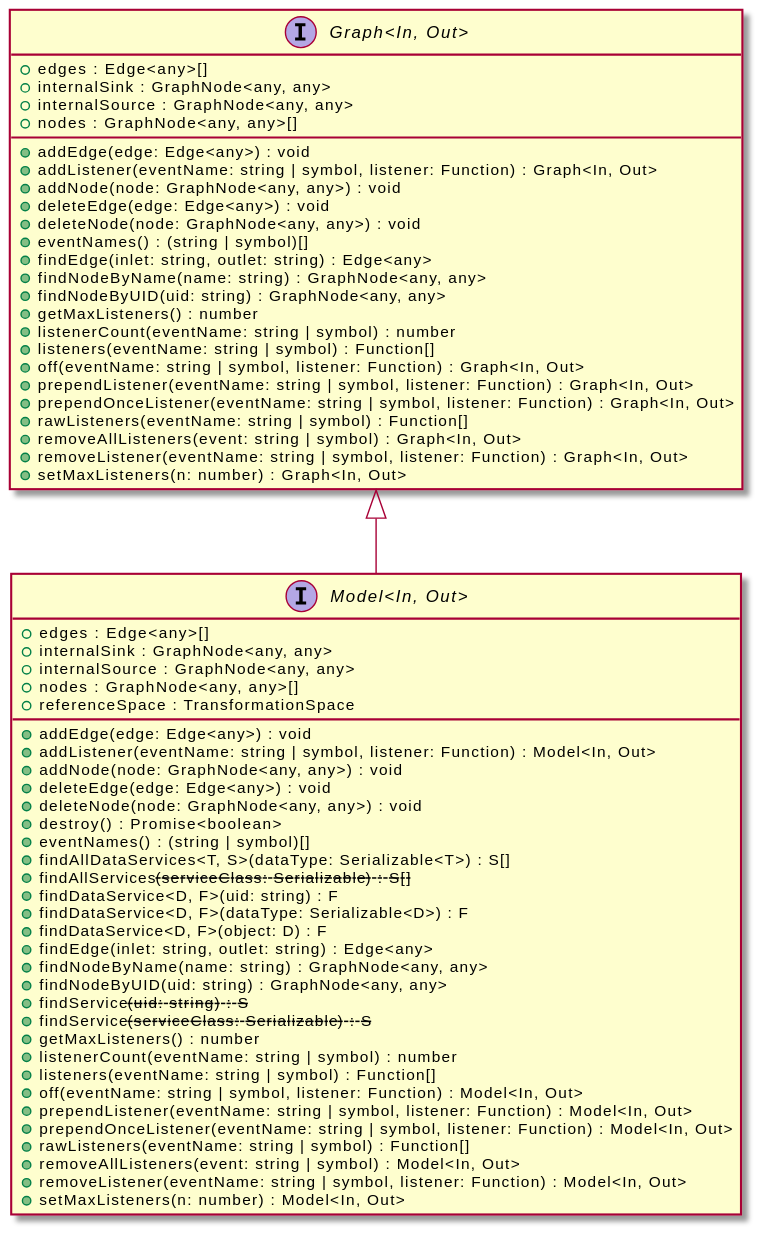
This is assets/Model-umlClassDiagram-427.svg from OpenHPS/openhps-core, a PlantUML export, as it was before one commit. The source it was exported from:
```plantuml
@startuml
skinparam BackgroundColor transparent
hide empty methods
hide empty fields
interface "Model<In, Out>" {
    +edges : Edge<any>[]
    +internalSink : GraphNode<any, any>
    +internalSource : GraphNode<any, any>
    +nodes : GraphNode<any, any>[]
    +referenceSpace : TransformationSpace
    +addEdge(edge: Edge<any>) : void
    +addListener(eventName: string | symbol, listener: Function) : Model<In, Out>
    +addNode(node: GraphNode<any, any>) : void
    +deleteEdge(edge: Edge<any>) : void
    +deleteNode(node: GraphNode<any, any>) : void
    +destroy() : Promise<boolean>
    +eventNames() : (string | symbol)[]
    +findAllDataServices<T, S>(dataType: Serializable<T>) : S[]
    +findAllServices<S>(serviceClass: Serializable<S>) : S[]
    +findDataService<D, F>(uid: string) : F
    +findDataService<D, F>(dataType: Serializable<D>) : F
    +findDataService<D, F>(object: D) : F
    +findEdge(inlet: string, outlet: string) : Edge<any>
    +findNodeByName(name: string) : GraphNode<any, any>
    +findNodeByUID(uid: string) : GraphNode<any, any>
    +findService<S>(uid: string) : S
    +findService<S>(serviceClass: Serializable<S>) : S
    +getMaxListeners() : number
    +listenerCount(eventName: string | symbol) : number
    +listeners(eventName: string | symbol) : Function[]
    +off(eventName: string | symbol, listener: Function) : Model<In, Out>
    +prependListener(eventName: string | symbol, listener: Function) : Model<In, Out>
    +prependOnceListener(eventName: string | symbol, listener: Function) : Model<In, Out>
    +rawListeners(eventName: string | symbol) : Function[]
    +removeAllListeners(event: string | symbol) : Model<In, Out>
    +removeListener(eventName: string | symbol, listener: Function) : Model<In, Out>
    +setMaxListeners(n: number) : Model<In, Out>
}
interface "Graph<In, Out>" {
    +edges : Edge<any>[]
    +internalSink : GraphNode<any, any>
    +internalSource : GraphNode<any, any>
    +nodes : GraphNode<any, any>[]
    +addEdge(edge: Edge<any>) : void
    +addListener(eventName: string | symbol, listener: Function) : Graph<In, Out>
    +addNode(node: GraphNode<any, any>) : void
    +deleteEdge(edge: Edge<any>) : void
    +deleteNode(node: GraphNode<any, any>) : void
    +eventNames() : (string | symbol)[]
    +findEdge(inlet: string, outlet: string) : Edge<any>
    +findNodeByName(name: string) : GraphNode<any, any>
    +findNodeByUID(uid: string) : GraphNode<any, any>
    +getMaxListeners() : number
    +listenerCount(eventName: string | symbol) : number
    +listeners(eventName: string | symbol) : Function[]
    +off(eventName: string | symbol, listener: Function) : Graph<In, Out>
    +prependListener(eventName: string | symbol, listener: Function) : Graph<In, Out>
    +prependOnceListener(eventName: string | symbol, listener: Function) : Graph<In, Out>
    +rawListeners(eventName: string | symbol) : Function[]
    +removeAllListeners(event: string | symbol) : Graph<In, Out>
    +removeListener(eventName: string | symbol, listener: Function) : Graph<In, Out>
    +setMaxListeners(n: number) : Graph<In, Out>
}
"Graph<In, Out>" <|-- "Model<In, Out>"
@enduml
```
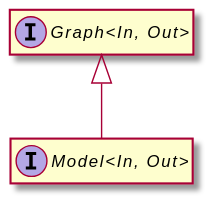
After the change.

Diff of the diagram source:
```diff
@@ -3,63 +3,8 @@
 hide empty methods
 hide empty fields
 interface "Model<In, Out>" {
-    +edges : Edge<any>[]
-    +internalSink : GraphNode<any, any>
-    +internalSource : GraphNode<any, any>
-    +nodes : GraphNode<any, any>[]
-    +referenceSpace : TransformationSpace
-    +addEdge(edge: Edge<any>) : void
-    +addListener(eventName: string | symbol, listener: Function) : Model<In, Out>
-    +addNode(node: GraphNode<any, any>) : void
-    +deleteEdge(edge: Edge<any>) : void
-    +deleteNode(node: GraphNode<any, any>) : void
-    +destroy() : Promise<boolean>
-    +eventNames() : (string | symbol)[]
-    +findAllDataServices<T, S>(dataType: Serializable<T>) : S[]
-    +findAllServices<S>(serviceClass: Serializable<S>) : S[]
-    +findDataService<D, F>(uid: string) : F
-    +findDataService<D, F>(dataType: Serializable<D>) : F
-    +findDataService<D, F>(object: D) : F
-    +findEdge(inlet: string, outlet: string) : Edge<any>
-    +findNodeByName(name: string) : GraphNode<any, any>
-    +findNodeByUID(uid: string) : GraphNode<any, any>
-    +findService<S>(uid: string) : S
-    +findService<S>(serviceClass: Serializable<S>) : S
-    +getMaxListeners() : number
-    +listenerCount(eventName: string | symbol) : number
-    +listeners(eventName: string | symbol) : Function[]
-    +off(eventName: string | symbol, listener: Function) : Model<In, Out>
-    +prependListener(eventName: string | symbol, listener: Function) : Model<In, Out>
-    +prependOnceListener(eventName: string | symbol, listener: Function) : Model<In, Out>
-    +rawListeners(eventName: string | symbol) : Function[]
-    +removeAllListeners(event: string | symbol) : Model<In, Out>
-    +removeListener(eventName: string | symbol, listener: Function) : Model<In, Out>
-    +setMaxListeners(n: number) : Model<In, Out>
 }
 interface "Graph<In, Out>" {
-    +edges : Edge<any>[]
-    +internalSink : GraphNode<any, any>
-    +internalSource : GraphNode<any, any>
-    +nodes : GraphNode<any, any>[]
-    +addEdge(edge: Edge<any>) : void
-    +addListener(eventName: string | symbol, listener: Function) : Graph<In, Out>
-    +addNode(node: GraphNode<any, any>) : void
-    +deleteEdge(edge: Edge<any>) : void
-    +deleteNode(node: GraphNode<any, any>) : void
-    +eventNames() : (string | symbol)[]
-    +findEdge(inlet: string, outlet: string) : Edge<any>
-    +findNodeByName(name: string) : GraphNode<any, any>
-    +findNodeByUID(uid: string) : GraphNode<any, any>
-    +getMaxListeners() : number
-    +listenerCount(eventName: string | symbol) : number
-    +listeners(eventName: string | symbol) : Function[]
-    +off(eventName: string | symbol, listener: Function) : Graph<In, Out>
-    +prependListener(eventName: string | symbol, listener: Function) : Graph<In, Out>
-    +prependOnceListener(eventName: string | symbol, listener: Function) : Graph<In, Out>
-    +rawListeners(eventName: string | symbol) : Function[]
-    +removeAllListeners(event: string | symbol) : Graph<In, Out>
-    +removeListener(eventName: string | symbol, listener: Function) : Graph<In, Out>
-    +setMaxListeners(n: number) : Graph<In, Out>
 }
 "Graph<In, Out>" <|-- "Model<In, Out>"
 @enduml
```
